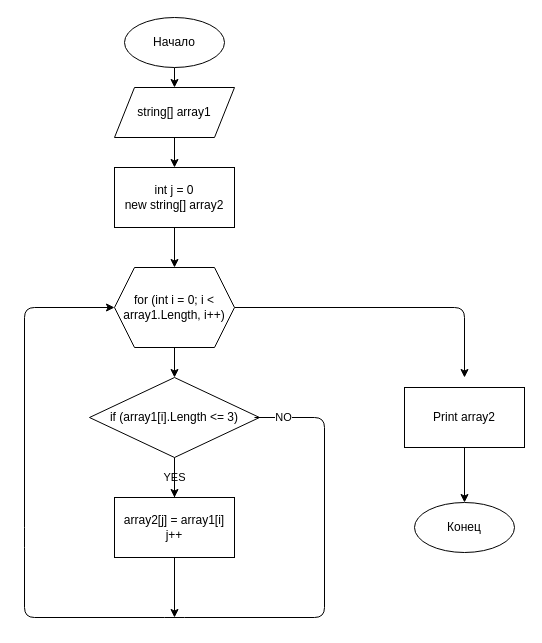
Before: Schem/algorithms.drawio in BogdanovaSvetlana/FinalHomeWork, a draw.io diagram. Source tidied: cells renumbered, new cells numbered last; positions are measured from the earlier drawing's top-left corner, leaving out a move shared by most shapes. Both pictures are drawn from the tidied source at 100%, with x=0, y=0 at pixel (24, 17).
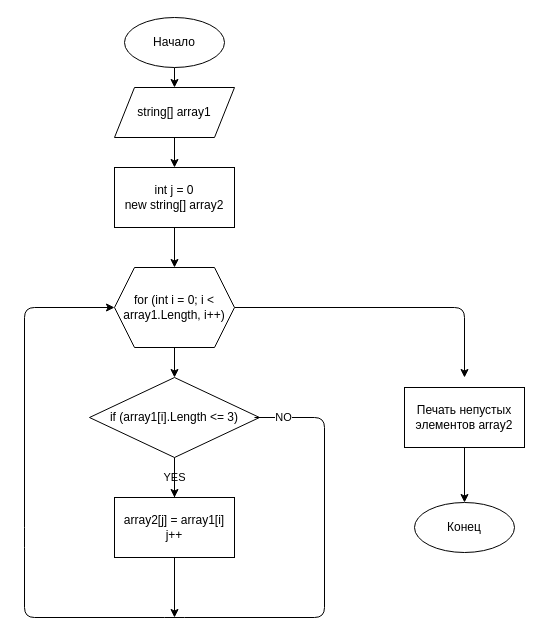
After the change.

The edit, as a diff of the source:
```diff
@@
-    <mxCell id="15" value="Print array2" style="rounded=0;whiteSpace=wrap;html=1;" parent="1" vertex="1">
+    <mxCell id="15" value="Печать непустых элементов array2" style="rounded=0;whiteSpace=wrap;html=1;" parent="1" vertex="1">
       <mxGeometry x="380" y="370" width="120" height="60" as="geometry" />
     </mxCell>
```
